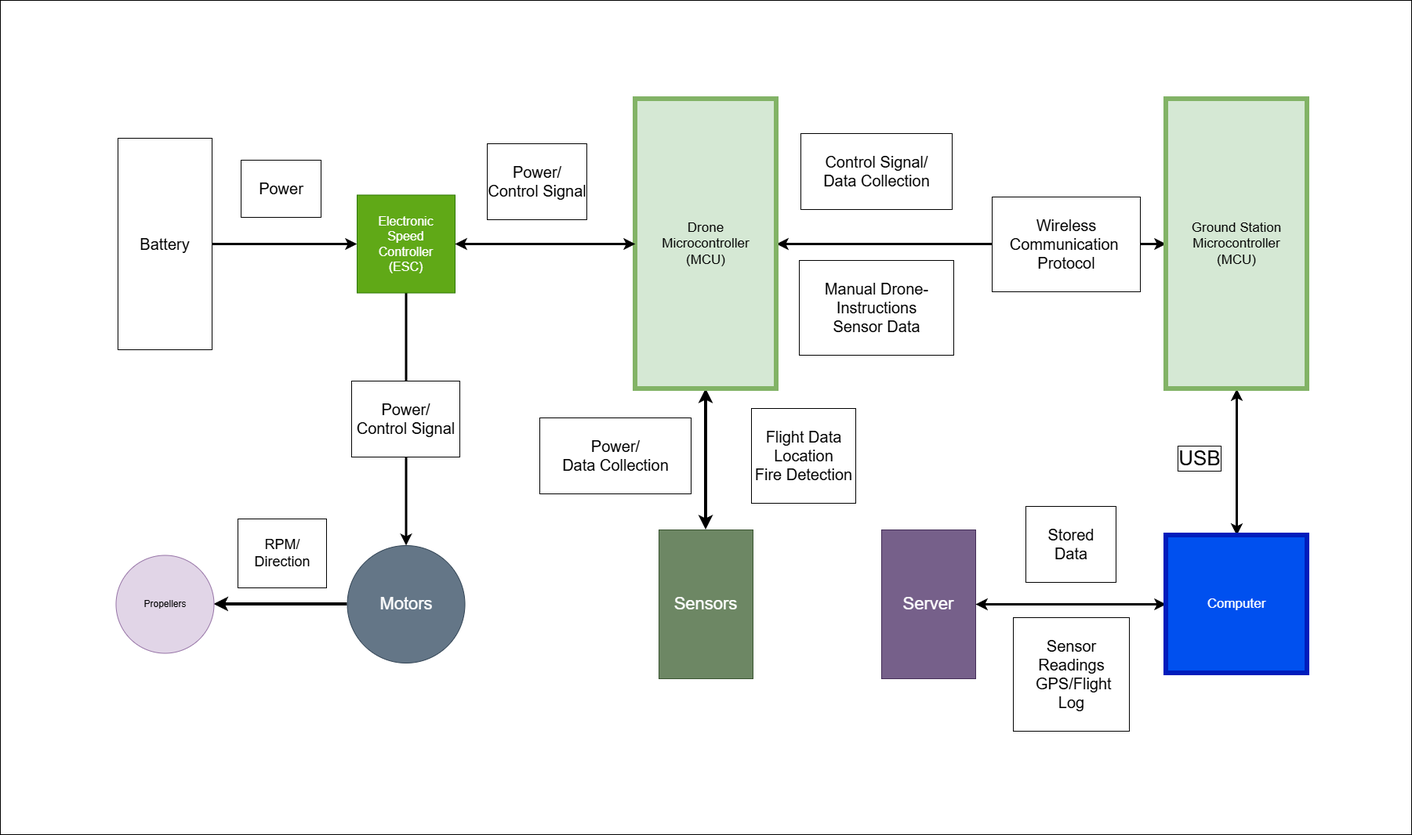
Above: docs/circuit-design/Schematic_Design_2.png in parezvani/FireFly (draw.io), before the change. Source tidied: cells renumbered, new cells last; positions are measured from the earlier drawing's top-left corner, leaving out a move shared by most shapes. Source of this version:
```xml
<mxGraphModel background="light-dark(#FFFFFF,#666666)">
  <root>
    <mxCell id="0" />
    <mxCell id="1" parent="0" />
    <mxCell id="2" style="edgeStyle=orthogonalEdgeStyle;rounded=0;jettySize=auto;html=1;entryX=0.5;entryY=1;entryDx=0;entryDy=0;strokeWidth=4;" parent="1" edge="1" source="3" target="4">
      <mxGeometry relative="1" as="geometry" />
    </mxCell>
    <mxCell id="3" value="&lt;font style=&quot;font-size: 22px;&quot;&gt;Motors&lt;/font&gt;" style="ellipse;whiteSpace=wrap;html=1;fillColor=#647687;fontColor=#ffffff;strokeColor=#314354;direction=north;" parent="1" vertex="1">
      <mxGeometry x="442.5" y="696" width="150" height="150" as="geometry" />
    </mxCell>
    <mxCell id="4" value="Propellers" style="ellipse;whiteSpace=wrap;html=1;fillColor=#e1d5e7;strokeColor=#9673a6;direction=north;" parent="1" vertex="1">
      <mxGeometry x="147.5" y="708.5" width="125" height="125" as="geometry" />
    </mxCell>
    <mxCell id="5" style="edgeStyle=orthogonalEdgeStyle;rounded=0;jettySize=auto;html=1;exitX=1;exitY=0.5;exitDx=0;exitDy=0;entryX=0;entryY=0.5;entryDx=0;entryDy=0;strokeWidth=3;endSize=6;" parent="1" edge="1" source="7" target="9">
      <mxGeometry relative="1" as="geometry" />
    </mxCell>
    <mxCell id="6" value="&lt;br&gt;&amp;nbsp; &amp;nbsp; Power&amp;nbsp; &amp;nbsp;&amp;nbsp;&lt;div&gt;&lt;br&gt;&lt;/div&gt;" style="edgeLabel;html=1;align=center;verticalAlign=middle;spacing=20;spacingTop=10;spacingLeft=9;spacingBottom=-6;spacingRight=-5;fontSize=20;labelBorderColor=default;" parent="5" vertex="1">
      <mxGeometry x="-0.19" relative="1" as="geometry">
        <mxPoint x="5" y="-80" as="offset" />
      </mxGeometry>
    </mxCell>
    <mxCell id="7" value="&lt;font style=&quot;font-size: 20px;&quot;&gt;Battery&lt;/font&gt;" style="rounded=0;whiteSpace=wrap;html=1;" parent="1" vertex="1">
      <mxGeometry x="150" y="176" width="120" height="270" as="geometry" />
    </mxCell>
    <mxCell id="8" style="edgeStyle=orthogonalEdgeStyle;rounded=0;jettySize=auto;html=1;exitX=0.5;exitY=1;exitDx=0;exitDy=0;entryX=1;entryY=0.5;entryDx=0;entryDy=0;strokeWidth=3;" parent="1" edge="1" source="9" target="3">
      <mxGeometry relative="1" as="geometry" />
    </mxCell>
    <mxCell id="9" value="&lt;font style=&quot;font-size: 16px;&quot;&gt;Electronic&lt;br&gt;Speed&lt;br&gt;Controller&lt;br&gt;(ESC)&lt;/font&gt;" style="whiteSpace=wrap;html=1;fillColor=#60a917;fontColor=#ffffff;strokeColor=#2D7600;" parent="1" vertex="1">
      <mxGeometry x="455" y="248.5" width="125" height="125" as="geometry" />
    </mxCell>
    <mxCell id="10" style="edgeStyle=orthogonalEdgeStyle;rounded=0;jettySize=auto;html=1;exitX=1;exitY=0.5;exitDx=0;exitDy=0;entryX=0;entryY=0.5;entryDx=0;entryDy=0;startArrow=classic;startFill=1;strokeWidth=3;" parent="1" edge="1" source="12" target="26">
      <mxGeometry relative="1" as="geometry" />
    </mxCell>
    <mxCell id="11" style="edgeStyle=orthogonalEdgeStyle;rounded=0;jettySize=auto;html=1;entryX=0.5;entryY=0;entryDx=0;entryDy=0;startArrow=classic;startFill=1;strokeWidth=4;exitX=0.5;exitY=1;exitDx=0;exitDy=0;" parent="1" edge="1" source="12" target="14">
      <mxGeometry relative="1" as="geometry" />
    </mxCell>
    <mxCell id="12" value="&lt;font style=&quot;font-size: 17px;&quot;&gt;Drone&lt;br&gt;Microcontroller&lt;br&gt;(MCU)&lt;/font&gt;" style="rounded=0;whiteSpace=wrap;html=1;fillColor=#d5e8d4;strokeColor=#82b366;labelBorderColor=none;gradientColor=none;strokeWidth=6;" parent="1" vertex="1">
      <mxGeometry x="810" y="126" width="180" height="370" as="geometry" />
    </mxCell>
    <mxCell id="13" value="&lt;font style=&quot;font-size: 22px;&quot;&gt;Server&lt;/font&gt;" style="rounded=0;whiteSpace=wrap;html=1;fillColor=#76608a;fontColor=#ffffff;strokeColor=#432D57;" parent="1" vertex="1">
      <mxGeometry x="1124" y="676" width="120" height="190" as="geometry" />
    </mxCell>
    <mxCell id="14" value="&lt;font style=&quot;font-size: 22px;&quot;&gt;Sensors&lt;/font&gt;" style="rounded=0;whiteSpace=wrap;html=1;fillColor=#6d8764;strokeColor=#3A5431;fontColor=#ffffff;" parent="1" vertex="1">
      <mxGeometry x="840" y="676" width="120" height="190" as="geometry" />
    </mxCell>
    <mxCell id="15" style="edgeStyle=orthogonalEdgeStyle;rounded=0;jettySize=auto;html=1;entryX=0;entryY=0.5;entryDx=0;entryDy=0;startArrow=classic;startFill=1;strokeWidth=3;" parent="1" edge="1" source="9" target="12">
      <mxGeometry relative="1" as="geometry" />
    </mxCell>
    <mxCell id="16" value="&lt;div&gt;&lt;br&gt;&lt;/div&gt;Power/&lt;br&gt;Control Signal&lt;div&gt;&lt;br&gt;&lt;/div&gt;" style="text;html=1;whiteSpace=wrap;strokeColor=none;fillColor=none;align=center;verticalAlign=middle;rounded=0;labelBorderColor=default;labelBackgroundColor=default;fontSize=20;" parent="1" vertex="1">
      <mxGeometry x="600" y="156" width="170" height="150" as="geometry" />
    </mxCell>
    <mxCell id="17" value="&lt;div&gt;&lt;br&gt;&lt;/div&gt;Power/&lt;br&gt;&amp;nbsp;Control Signal&amp;nbsp;&lt;div&gt;&lt;br&gt;&lt;/div&gt;" style="text;html=1;whiteSpace=wrap;strokeColor=none;fillColor=none;align=center;verticalAlign=middle;rounded=0;labelBorderColor=default;labelBackgroundColor=default;fontSize=20;" parent="1" vertex="1">
      <mxGeometry x="435" y="462" width="165" height="144" as="geometry" />
    </mxCell>
    <mxCell id="18" value="&lt;br&gt;RPM/&lt;br&gt;&amp;nbsp; &amp;nbsp; Direction&amp;nbsp; &amp;nbsp;&amp;nbsp;&lt;div&gt;&amp;nbsp; &amp;nbsp;&lt;/div&gt;" style="text;html=1;whiteSpace=wrap;strokeColor=none;fillColor=none;align=center;verticalAlign=middle;rounded=0;fontSize=18;labelBackgroundColor=default;labelBorderColor=default;" parent="1" vertex="1">
      <mxGeometry x="290" y="666" width="140" height="80" as="geometry" />
    </mxCell>
    <mxCell id="19" value="&lt;div&gt;&lt;br&gt;&lt;/div&gt;&lt;div&gt;Power/&lt;/div&gt;&amp;nbsp; &amp;nbsp; &amp;nbsp;Data&amp;nbsp;&lt;span style=&quot;background-color: light-dark(#ffffff, var(--ge-dark-color, #121212)); color: light-dark(rgb(0, 0, 0), rgb(255, 255, 255));&quot;&gt;Collection&amp;nbsp; &amp;nbsp; &amp;nbsp;&lt;/span&gt;&lt;div&gt;&lt;span style=&quot;background-color: light-dark(#ffffff, var(--ge-dark-color, #121212)); color: light-dark(rgb(0, 0, 0), rgb(255, 255, 255));&quot;&gt;&lt;br&gt;&lt;/span&gt;&lt;/div&gt;" style="text;html=1;whiteSpace=wrap;strokeColor=none;fillColor=none;align=center;verticalAlign=middle;rounded=0;labelBackgroundColor=default;labelBorderColor=default;fontSize=20;" parent="1" vertex="1">
      <mxGeometry x="670" y="496" width="230" height="170" as="geometry" />
    </mxCell>
    <mxCell id="20" value="&lt;div&gt;&lt;br&gt;&lt;/div&gt;Control Signal/&lt;div&gt;&amp;nbsp; &amp;nbsp; &amp;nbsp;Data Collection&amp;nbsp; &amp;nbsp; &amp;nbsp;&lt;/div&gt;&lt;div&gt;&lt;br&gt;&lt;/div&gt;" style="text;html=1;whiteSpace=wrap;strokeColor=none;fillColor=none;align=center;verticalAlign=middle;rounded=0;labelBackgroundColor=default;labelBorderColor=default;fontSize=20;" parent="1" vertex="1">
      <mxGeometry x="1018" y="123" width="200" height="190" as="geometry" />
    </mxCell>
    <mxCell id="21" value="&lt;div&gt;&lt;br&gt;&lt;/div&gt;&amp;nbsp; &amp;nbsp; &amp;nbsp;Stored&amp;nbsp; &amp;nbsp; &amp;nbsp;&lt;div&gt;Data&lt;/div&gt;&lt;div&gt;&lt;br&gt;&lt;/div&gt;" style="text;html=1;whiteSpace=wrap;strokeColor=none;fillColor=none;align=center;verticalAlign=middle;rounded=0;labelBackgroundColor=default;labelBorderColor=default;fontSize=20;" parent="1" vertex="1">
      <mxGeometry x="1276" y="629" width="180" height="130" as="geometry" />
    </mxCell>
    <mxCell id="22" value="&lt;div&gt;&lt;br&gt;&lt;/div&gt;&lt;div&gt;Flight Data&lt;/div&gt;&amp;nbsp; &amp;nbsp; &amp;nbsp;Location&amp;nbsp; &amp;nbsp; &amp;nbsp;&lt;div&gt;Fire Detection&lt;br&gt;&lt;div&gt;&lt;br&gt;&lt;/div&gt;&lt;/div&gt;" style="text;html=1;whiteSpace=wrap;strokeColor=none;fillColor=none;align=center;verticalAlign=middle;rounded=0;labelBackgroundColor=default;labelBorderColor=default;fontSize=20;" parent="1" vertex="1">
      <mxGeometry x="910" y="496" width="230" height="170" as="geometry" />
    </mxCell>
    <mxCell id="23" value="&lt;div&gt;&lt;span style=&quot;background-color: light-dark(#ffffff, var(--ge-dark-color, #121212)); color: light-dark(rgb(0, 0, 0), rgb(255, 255, 255));&quot;&gt;&lt;br&gt;&lt;/span&gt;&lt;/div&gt;&lt;div&gt;&lt;span style=&quot;background-color: light-dark(#ffffff, var(--ge-dark-color, #121212)); color: light-dark(rgb(0, 0, 0), rgb(255, 255, 255));&quot;&gt;Sensor&lt;/span&gt;&lt;/div&gt;&lt;div&gt;Readings&lt;div&gt;&lt;span style=&quot;background-color: light-dark(#ffffff, var(--ge-dark-color, #121212)); color: light-dark(rgb(0, 0, 0), rgb(255, 255, 255));&quot;&gt;&amp;nbsp; &amp;nbsp; &amp;nbsp;&lt;/span&gt;GPS/Flight&lt;span style=&quot;background-color: light-dark(#ffffff, var(--ge-dark-color, #121212)); color: light-dark(rgb(0, 0, 0), rgb(255, 255, 255));&quot;&gt;&amp;nbsp; &amp;nbsp;&amp;nbsp;&lt;/span&gt;&lt;/div&gt;&lt;div&gt;Log&lt;/div&gt;&lt;/div&gt;&lt;div&gt;&lt;br&gt;&lt;/div&gt;" style="text;html=1;whiteSpace=wrap;strokeColor=none;fillColor=none;align=center;verticalAlign=middle;rounded=0;labelBackgroundColor=default;labelBorderColor=default;fontSize=20;" parent="1" vertex="1">
      <mxGeometry x="1239.5" y="795" width="253" height="130" as="geometry" />
    </mxCell>
    <mxCell id="24" value="&lt;div&gt;&lt;br&gt;&lt;/div&gt;Manual Drone-Instructions&lt;div&gt;Sensor Data&lt;/div&gt;&lt;div&gt;&lt;div&gt;&lt;br&gt;&lt;/div&gt;&lt;/div&gt;" style="text;html=1;whiteSpace=wrap;strokeColor=none;fillColor=none;align=center;verticalAlign=middle;rounded=0;labelBackgroundColor=default;labelBorderColor=default;fontSize=20;" parent="1" vertex="1">
      <mxGeometry x="1018" y="297" width="200" height="190" as="geometry" />
    </mxCell>
    <mxCell id="25" style="edgeStyle=orthogonalEdgeStyle;rounded=0;jettySize=auto;html=1;entryX=0.5;entryY=0;entryDx=0;entryDy=0;startArrow=classic;startFill=1;strokeWidth=3;" parent="1" edge="1" source="26" target="28">
      <mxGeometry relative="1" as="geometry" />
    </mxCell>
    <mxCell id="26" value="&lt;div&gt;&lt;font style=&quot;font-size: 17px;&quot;&gt;Ground Station&lt;/font&gt;&lt;/div&gt;&lt;font style=&quot;font-size: 17px;&quot;&gt;Microcontroller&lt;br&gt;(MCU)&lt;/font&gt;" style="rounded=0;whiteSpace=wrap;html=1;fillColor=light-dark(#D5E8D4,#729F69);strokeColor=#82b366;labelBorderColor=none;gradientColor=none;strokeWidth=6;" parent="1" vertex="1">
      <mxGeometry x="1487" y="126" width="180" height="370" as="geometry" />
    </mxCell>
    <mxCell id="27" style="edgeStyle=orthogonalEdgeStyle;rounded=0;jettySize=auto;html=1;entryX=1;entryY=0.5;entryDx=0;entryDy=0;startArrow=classic;startFill=1;strokeWidth=3;" parent="1" edge="1" source="28" target="13">
      <mxGeometry relative="1" as="geometry" />
    </mxCell>
    <mxCell id="28" value="&lt;span style=&quot;font-size: 17px;&quot;&gt;Computer&lt;/span&gt;" style="rounded=0;whiteSpace=wrap;html=1;fillColor=#0050ef;strokeColor=#001DBC;labelBorderColor=none;strokeWidth=6;fontColor=#ffffff;" parent="1" vertex="1">
      <mxGeometry x="1487" y="683" width="180" height="176" as="geometry" />
    </mxCell>
    <mxCell id="29" value="&lt;div&gt;&lt;br&gt;&lt;/div&gt;Wireless&lt;div&gt;&amp;nbsp; &amp;nbsp; Communication&amp;nbsp; &amp;nbsp; &amp;nbsp;&lt;/div&gt;&lt;div&gt;Protocol&lt;/div&gt;&lt;div&gt;&lt;br&gt;&lt;/div&gt;" style="text;html=1;whiteSpace=wrap;strokeColor=none;fillColor=none;align=center;verticalAlign=middle;rounded=0;labelBackgroundColor=default;labelBorderColor=default;fontSize=20;" parent="1" vertex="1">
      <mxGeometry x="1260" y="216" width="200" height="190" as="geometry" />
    </mxCell>
    <mxCell id="30" value="&lt;span&gt;&lt;font&gt;USB&lt;/font&gt;&lt;/span&gt;" style="text;html=1;whiteSpace=wrap;strokeColor=none;fillColor=none;align=center;verticalAlign=middle;rounded=0;labelBorderColor=default;labelBackgroundColor=default;fontSize=26;" parent="1" vertex="1">
      <mxGeometry x="1500" y="570" width="60" height="30" as="geometry" />
    </mxCell>
    <mxCell id="31" style="rounded=0;whiteSpace=wrap;html=1;fillColor=none;" parent="1" vertex="1">
      <mxGeometry width="1800" height="1065" as="geometry" />
    </mxCell>
  </root>
</mxGraphModel>
```
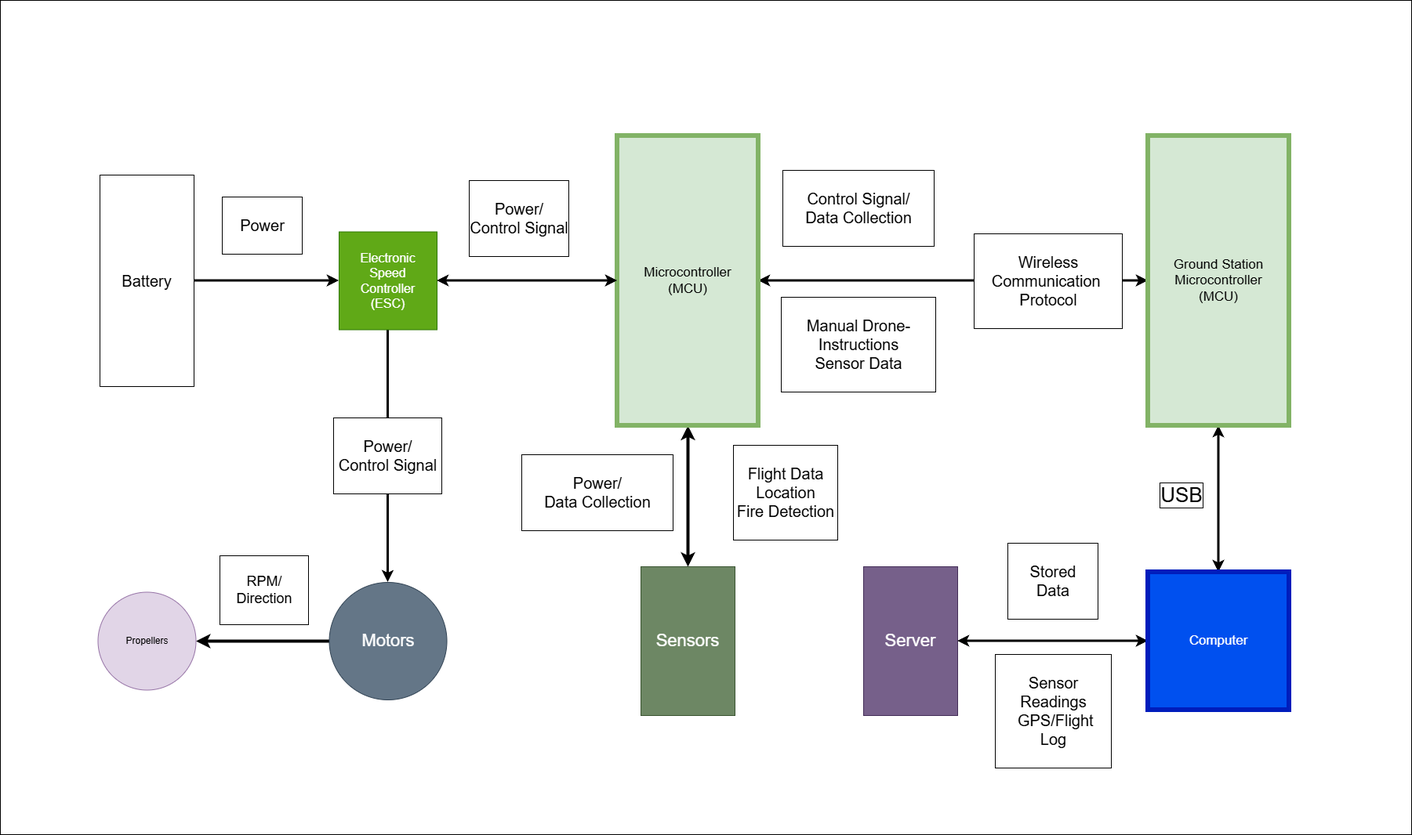
Later version of the same file.

Diff of the diagram source:
```diff
@@ -34,7 +34,7 @@
     <mxCell id="11" style="edgeStyle=orthogonalEdgeStyle;rounded=0;jettySize=auto;html=1;entryX=0.5;entryY=0;entryDx=0;entryDy=0;startArrow=classic;startFill=1;strokeWidth=4;exitX=0.5;exitY=1;exitDx=0;exitDy=0;" parent="1" edge="1" source="12" target="14">
       <mxGeometry relative="1" as="geometry" />
     </mxCell>
-    <mxCell id="12" value="&lt;font style=&quot;font-size: 17px;&quot;&gt;Drone&lt;br&gt;Microcontroller&lt;br&gt;(MCU)&lt;/font&gt;" style="rounded=0;whiteSpace=wrap;html=1;fillColor=#d5e8d4;strokeColor=#82b366;labelBorderColor=none;gradientColor=none;strokeWidth=6;" parent="1" vertex="1">
+    <mxCell id="12" value="&lt;font style=&quot;font-size: 17px;&quot;&gt;Microcontroller&lt;br&gt;(MCU)&lt;/font&gt;" style="rounded=0;whiteSpace=wrap;html=1;fillColor=#d5e8d4;strokeColor=#82b366;labelBorderColor=none;gradientColor=none;strokeWidth=6;" parent="1" vertex="1">
       <mxGeometry x="810" y="126" width="180" height="370" as="geometry" />
     </mxCell>
     <mxCell id="13" value="&lt;font style=&quot;font-size: 22px;&quot;&gt;Server&lt;/font&gt;" style="rounded=0;whiteSpace=wrap;html=1;fillColor=#76608a;fontColor=#ffffff;strokeColor=#432D57;" parent="1" vertex="1">
@@ -91,8 +91,8 @@
     <mxCell id="30" value="&lt;span&gt;&lt;font&gt;USB&lt;/font&gt;&lt;/span&gt;" style="text;html=1;whiteSpace=wrap;strokeColor=none;fillColor=none;align=center;verticalAlign=middle;rounded=0;labelBorderColor=default;labelBackgroundColor=default;fontSize=26;" parent="1" vertex="1">
       <mxGeometry x="1500" y="570" width="60" height="30" as="geometry" />
     </mxCell>
-    <mxCell id="31" style="rounded=0;whiteSpace=wrap;html=1;fillColor=none;" parent="1" vertex="1">
-      <mxGeometry width="1800" height="1065" as="geometry" />
-    </mxCell>
+    <mxCell id="32" style="rounded=0;whiteSpace=wrap;html=1;fillColor=none;" parent="1" vertex="1">
+      <mxGeometry x="23" y="-47" width="1800" height="1065" as="geometry" />
+    </mxCell>
   </root>
 </mxGraphModel>
```
